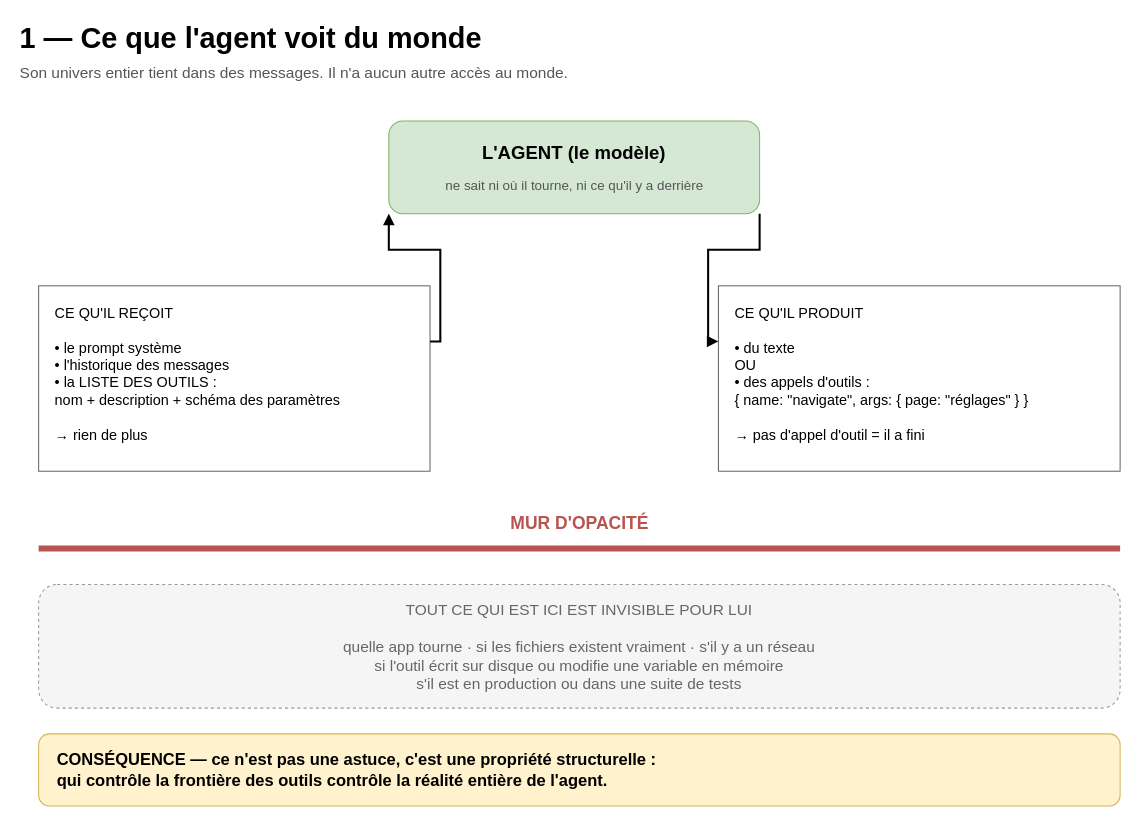
A-World-Felt/NATHAN-agent-package keeps this draw.io diagram as page "1 : Vue de l'agent" (1 of 5) of docs/schema/Architecture-agent-core.drawio. Above is the earlier version. Source tidied: cells renumbered, new cells numbered last; positions are measured from the earlier drawing's top-left corner, leaving out a move shared by most shapes. Both pictures are drawn from the tidied source at 103%, with x=0, y=0 at pixel (18, 18).
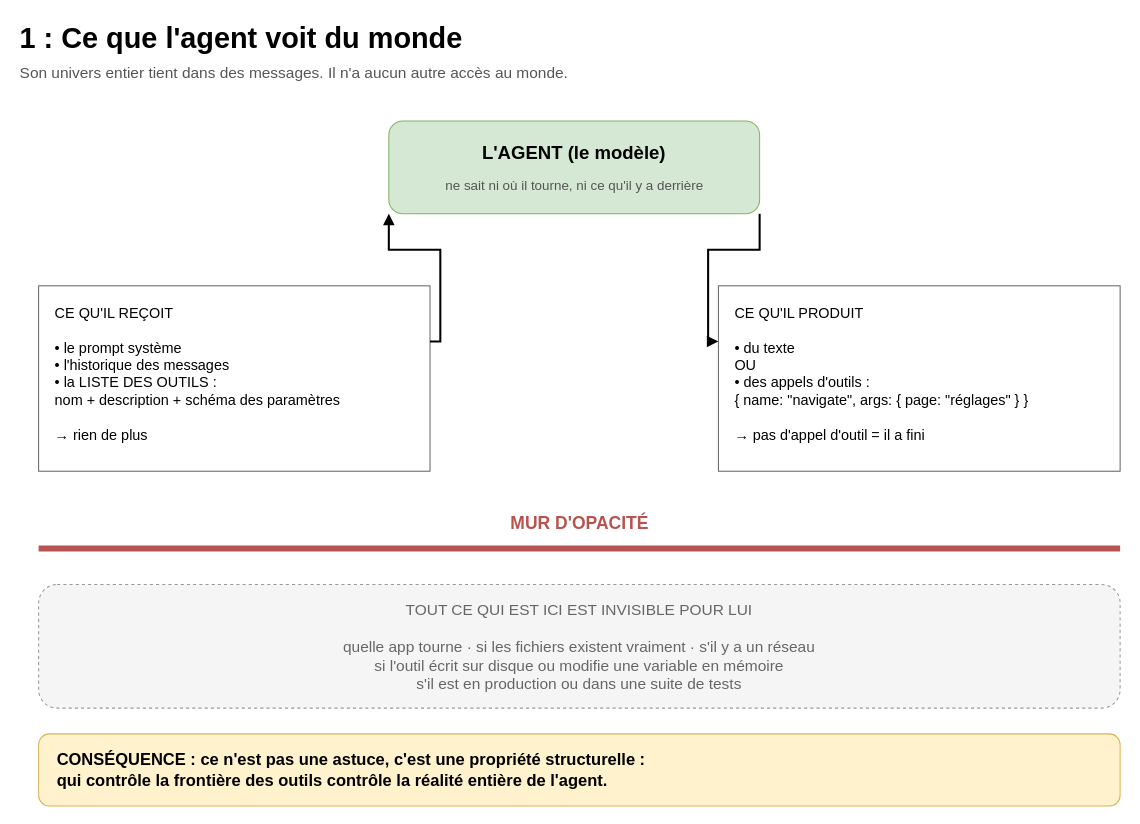
Above is the later version.

What changed in the source:
```diff
@@
 <mxGraphModel>
   <root>
     <mxCell id="0" />
     <mxCell id="1" parent="0" />
-    <mxCell id="2" value="1 — Ce que l'agent voit du monde" style="text;html=1;align=left;verticalAlign=middle;fontSize=28;fontStyle=1;" parent="1" vertex="1">
+    <mxCell id="2" value="1 : Ce que l'agent voit du monde" style="text;html=1;align=left;verticalAlign=middle;fontSize=28;fontStyle=1;" parent="1" vertex="1">
       <mxGeometry width="700" height="40" as="geometry" />
     </mxCell>
     <mxCell id="3" value="Son univers entier tient dans des messages. Il n'a aucun autre accès au monde." style="text;html=1;align=left;verticalAlign=middle;fontSize=15;fontColor=#555555;" parent="1" vertex="1">
       <mxGeometry y="38" width="800" height="30" as="geometry" />
     </mxCell>
     <mxCell id="4" value="L'AGENT (le modèle)" style="rounded=1;whiteSpace=wrap;html=1;fillColor=#d5e8d4;strokeColor=#82b366;fontSize=18;fontStyle=1;verticalAlign=top;spacingTop=14;" parent="1" vertex="1">
       <mxGeometry x="360" y="100" width="360" height="90" as="geometry" />
     </mxCell>
     <mxCell id="5" value="ne sait ni où il tourne, ni ce qu'il y a derrière" style="text;html=1;align=center;fontSize=13;fontColor=#555555;" parent="1" vertex="1">
       <mxGeometry x="360" y="148" width="360" height="30" as="geometry" />
     </mxCell>
     <mxCell id="6" value="CE QU'IL REÇOIT&#10;&#10;• le prompt système&#10;• l'historique des messages&#10;• la LISTE DES OUTILS :&#10;   nom + description + schéma des paramètres&#10;&#10;→ rien de plus" style="rounded=0;whiteSpace=wrap;html=1;fillColor=#ffffff;strokeColor=#666666;align=left;spacingLeft=14;verticalAlign=top;spacingTop=12;fontSize=14;" parent="1" vertex="1">
       <mxGeometry x="20" y="260" width="380" height="180" as="geometry" />
     </mxCell>
     <mxCell id="7" value="CE QU'IL PRODUIT&#10;&#10;• du texte&#10;   OU&#10;• des appels d'outils :&#10;   { name: &quot;navigate&quot;, args: { page: &quot;réglages&quot; } }&#10;&#10;→ pas d'appel d'outil = il a fini" style="rounded=0;whiteSpace=wrap;html=1;fillColor=#ffffff;strokeColor=#666666;align=left;spacingLeft=14;verticalAlign=top;spacingTop=12;fontSize=14;" parent="1" vertex="1">
       <mxGeometry x="680" y="260" width="390" height="180" as="geometry" />
     </mxCell>
     <mxCell id="8" style="edgeStyle=orthogonalEdgeStyle;rounded=0;html=1;endArrow=block;fontSize=13;strokeWidth=2;exitX=1;exitY=0.3;exitDx=0;exitDy=0;entryX=0;entryY=1;entryDx=0;entryDy=0;" parent="1" edge="1" source="6" target="4">
       <mxGeometry relative="1" as="geometry" />
     </mxCell>
     <mxCell id="9" style="edgeStyle=orthogonalEdgeStyle;rounded=0;html=1;endArrow=block;fontSize=13;strokeWidth=2;exitX=1;exitY=1;exitDx=0;exitDy=0;entryX=0;entryY=0.3;entryDx=0;entryDy=0;" parent="1" edge="1" source="4" target="7">
       <mxGeometry relative="1" as="geometry" />
     </mxCell>
     <mxCell id="10" style="line;strokeWidth=6;html=1;strokeColor=#b85450;" parent="1" vertex="1">
       <mxGeometry x="20" y="510" width="1050" height="10" as="geometry" />
     </mxCell>
     <mxCell id="11" value="MUR D'OPACITÉ" style="text;html=1;align=center;fontSize=17;fontStyle=1;fontColor=#b85450;" parent="1" vertex="1">
       <mxGeometry x="400" y="475" width="290" height="30" as="geometry" />
     </mxCell>
     <mxCell id="12" value="TOUT CE QUI EST ICI EST INVISIBLE POUR LUI&#10;&#10;quelle app tourne  ·  si les fichiers existent vraiment  ·  s'il y a un réseau&#10;si l'outil écrit sur disque ou modifie une variable en mémoire&#10;s'il est en production ou dans une suite de tests" style="rounded=1;whiteSpace=wrap;html=1;fillColor=#f5f5f5;strokeColor=#999999;fontColor=#666666;dashed=1;fontSize=15;verticalAlign=middle;" parent="1" vertex="1">
       <mxGeometry x="20" y="550" width="1050" height="120" as="geometry" />
     </mxCell>
-    <mxCell id="13" value="CONSÉQUENCE — ce n'est pas une astuce, c'est une propriété structurelle :&#10;qui contrôle la frontière des outils contrôle la réalité entière de l'agent." style="rounded=1;whiteSpace=wrap;html=1;fillColor=#fff2cc;strokeColor=#d6b656;align=left;spacingLeft=16;verticalAlign=middle;fontSize=16;fontStyle=1;" parent="1" vertex="1">
+    <mxCell id="13" value="CONSÉQUENCE : ce n'est pas une astuce, c'est une propriété structurelle :&#10;qui contrôle la frontière des outils contrôle la réalité entière de l'agent." style="rounded=1;whiteSpace=wrap;html=1;fillColor=#fff2cc;strokeColor=#d6b656;align=left;spacingLeft=16;verticalAlign=middle;fontSize=16;fontStyle=1;" parent="1" vertex="1">
       <mxGeometry x="20" y="695" width="1050" height="70" as="geometry" />
     </mxCell>
   </root>
 </mxGraphModel>
```
